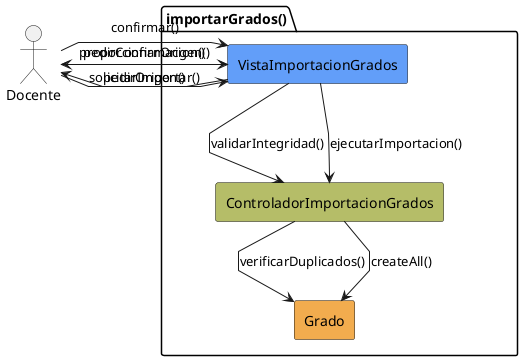
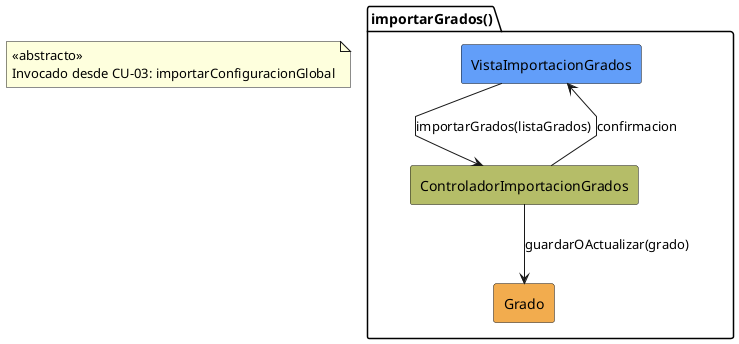
﻿@startuml importarGrados-analisis
skinparam linetype polyline

- actor Docente
+ note "<<abstracto>>\nInvocado desde CU-03: importarConfiguracionGlobal" as N1
package importarGrados as "importarGrados()" {
    rectangle #629EF9 VistaImportacionGrados
    rectangle #b5bd68 ControladorImportacionGrados
    rectangle #F2AC4E Grado
}

- Docente -r-> VistaImportacionGrados: solicitarImportar()
- VistaImportacionGrados --> Docente: pedirOrigen()
- Docente --> VistaImportacionGrados: proporcionarOrigen()
- VistaImportacionGrados --> ControladorImportacionGrados: validarIntegridad()
- ControladorImportacionGrados --> Grado: verificarDuplicados()
- VistaImportacionGrados --> Docente: pedirConfirmacion()
- Docente --> VistaImportacionGrados: confirmar()
- VistaImportacionGrados -d-> ControladorImportacionGrados: ejecutarImportacion()
- ControladorImportacionGrados --> Grado: createAll()
+ VistaImportacionGrados -d-> ControladorImportacionGrados: importarGrados(listaGrados)
+ ControladorImportacionGrados --> Grado: guardarOActualizar(grado)
+ ControladorImportacionGrados --> VistaImportacionGrados: confirmacion

@enduml